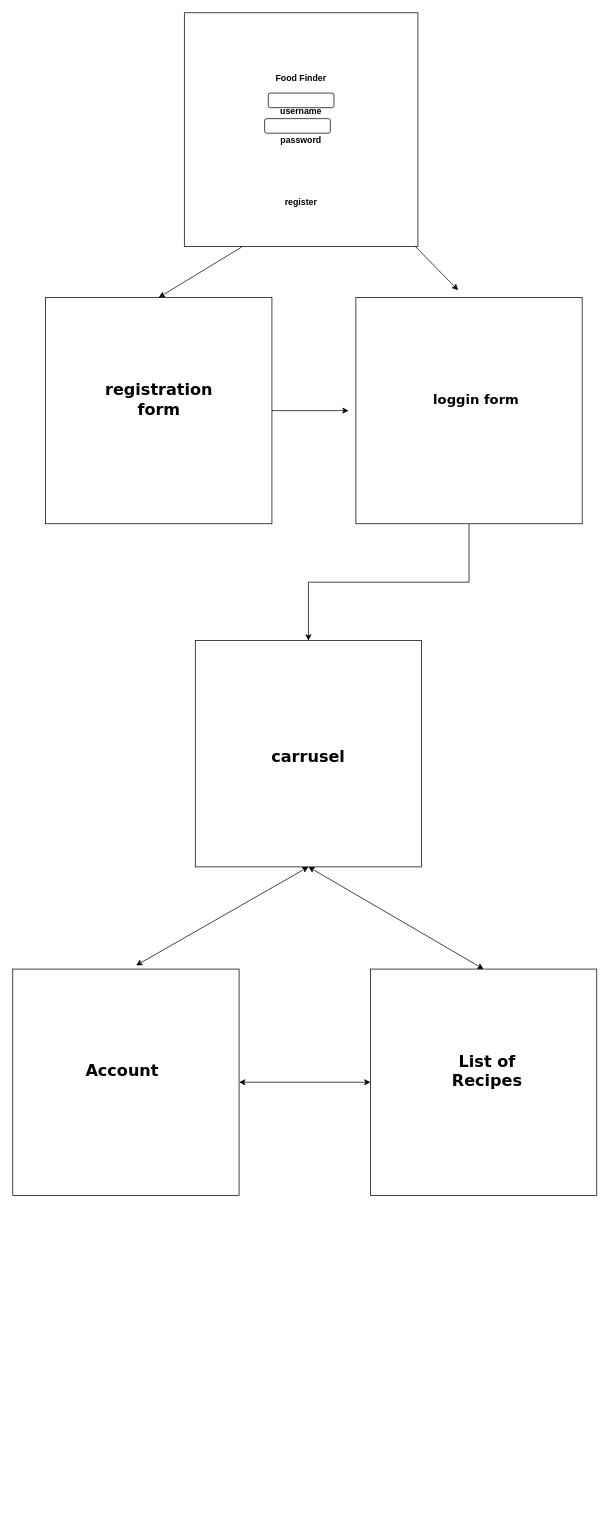
Before: SiteMap.drawio in starskreen619/Food-Finder, a draw.io diagram. Source tidied: cells renumbered, new cells numbered last; positions are measured from the earlier drawing's top-left corner, leaving out a move shared by most shapes. Both pictures are drawn from the tidied source at 73%, with x=0, y=0 at pixel (12, 12).
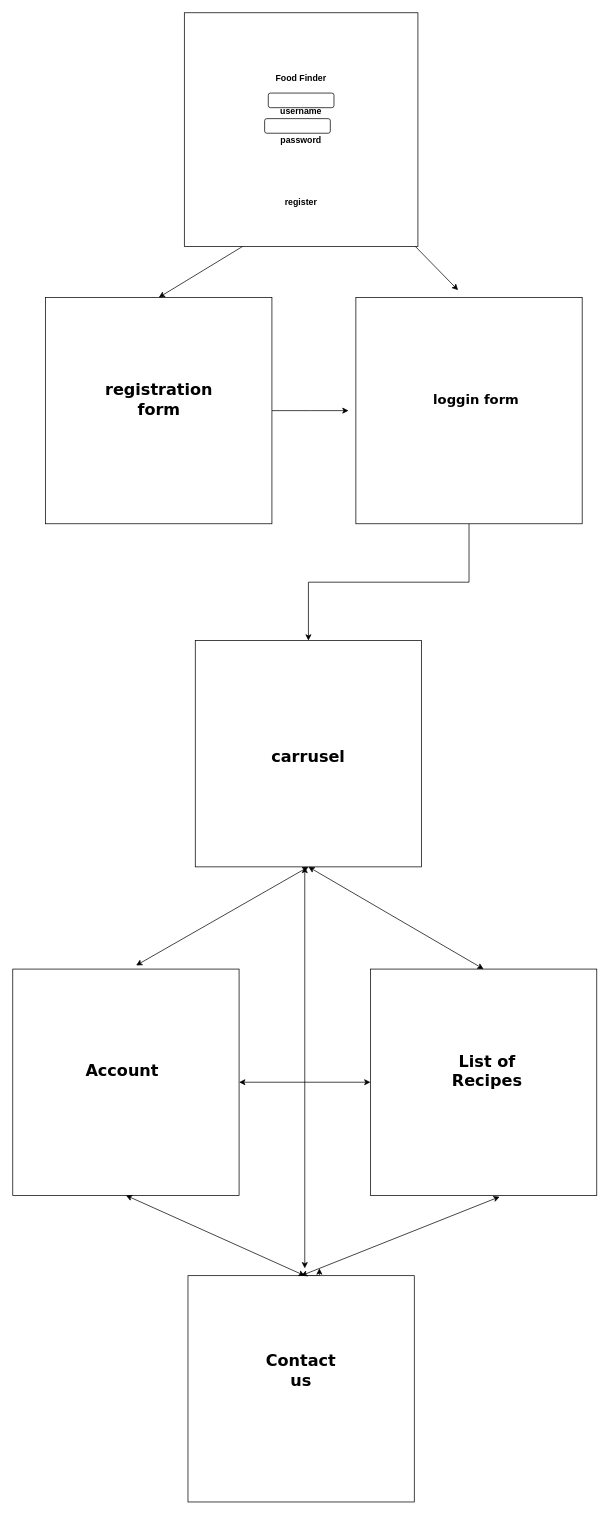
After the change.

Unchanged cells that the change refers to:
```xml
<mxCell id="14" style="whiteSpace=wrap;html=1;" parent="1" vertex="1">
  <mxGeometry x="250" y="860" width="310" height="310" as="geometry" />
</mxCell>
<mxCell id="19" style="whiteSpace=wrap;html=1;" parent="1" vertex="1">
  <mxGeometry y="1310" width="310" height="310" as="geometry" />
</mxCell>
<mxCell id="20" style="whiteSpace=wrap;html=1;" parent="1" vertex="1">
  <mxGeometry x="490" y="1310" width="310" height="310" as="geometry" />
</mxCell>
```

Change to the diagram source:
```diff
@@
-    <mxCell id="25" style="endArrow=classic;startArrow=classic;html=1;fontFamily=Verdana;fontSize=22;entryX=0.5;entryY=0;entryDx=0;entryDy=0;exitX=0.5;exitY=1;exitDx=0;exitDy=0;" parent="1" edge="1" source="14" target="20">
-      <mxGeometry relative="1" as="geometry" />
+    <mxCell id="25" style="endArrow=classic;startArrow=classic;html=1;fontFamily=Verdana;fontSize=22;entryX=0.5;entryY=0;entryDx=0;entryDy=0;" parent="1" edge="1" target="20">
+      <mxGeometry relative="1" as="geometry">
+        <mxPoint x="405" y="1170" as="sourcePoint" />
+      </mxGeometry>
     </mxCell>
+    <mxCell id="26" style="edgeStyle=orthogonalEdgeStyle;rounded=0;jettySize=auto;html=1;exitX=0.5;exitY=0;exitDx=0;exitDy=0;fontFamily=Verdana;fontSize=22;" parent="1" edge="1" source="27">
+      <mxGeometry relative="1" as="geometry">
+        <mxPoint x="420" y="1720" as="targetPoint" />
+      </mxGeometry>
+    </mxCell>
+    <mxCell id="27" style="whiteSpace=wrap;html=1;" parent="1" vertex="1">
+      <mxGeometry x="240" y="1730" width="310" height="310" as="geometry" />
+    </mxCell>
+    <mxCell id="28" value="Contact us" style="text;html=1;strokeColor=none;fillColor=none;align=center;verticalAlign=middle;whiteSpace=wrap;rounded=0;fontFamily=Verdana;fontSize=22;fontStyle=1;" parent="1" vertex="1">
+      <mxGeometry x="375" y="1850" width="40" height="20" as="geometry" />
+    </mxCell>
+    <mxCell id="29" style="endArrow=classic;startArrow=classic;html=1;fontFamily=Verdana;fontSize=22;exitX=0.5;exitY=0;exitDx=0;exitDy=0;entryX=0.571;entryY=1.006;entryDx=0;entryDy=0;entryPerimeter=0;" parent="1" edge="1" source="27" target="20">
+      <mxGeometry relative="1" as="geometry" />
+    </mxCell>
+    <mxCell id="30" style="endArrow=classic;startArrow=classic;html=1;fontFamily=Verdana;fontSize=22;entryX=0.5;entryY=1;entryDx=0;entryDy=0;" parent="1" edge="1" target="19">
+      <mxGeometry relative="1" as="geometry">
+        <mxPoint x="400" y="1730" as="sourcePoint" />
+      </mxGeometry>
+    </mxCell>
+    <mxCell id="31" style="endArrow=classic;startArrow=classic;html=1;fontFamily=Verdana;fontSize=22;" parent="1" edge="1">
+      <mxGeometry relative="1" as="geometry">
+        <mxPoint x="400" y="1720" as="sourcePoint" />
+        <mxPoint x="400" y="1170" as="targetPoint" />
+      </mxGeometry>
+    </mxCell>
```
